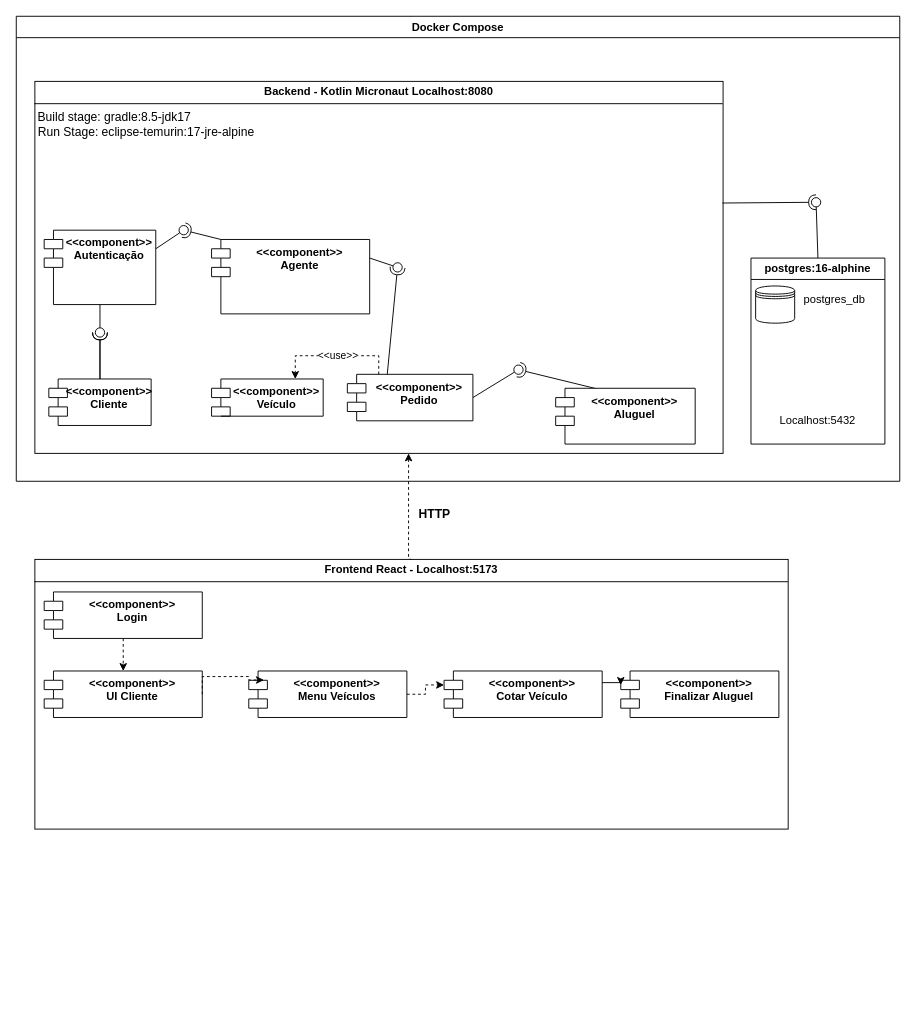
Before: docs/Diagrama_Implantacao.drawio in jjoaom/PS-PUCMG-DriveFlix, a draw.io diagram. Source tidied: cells renumbered, new cells numbered last; positions are measured from the earlier drawing's top-left corner, leaving out a move shared by most shapes. Both pictures are drawn from the tidied source at 93%, with x=0, y=0 at pixel (16, 16).
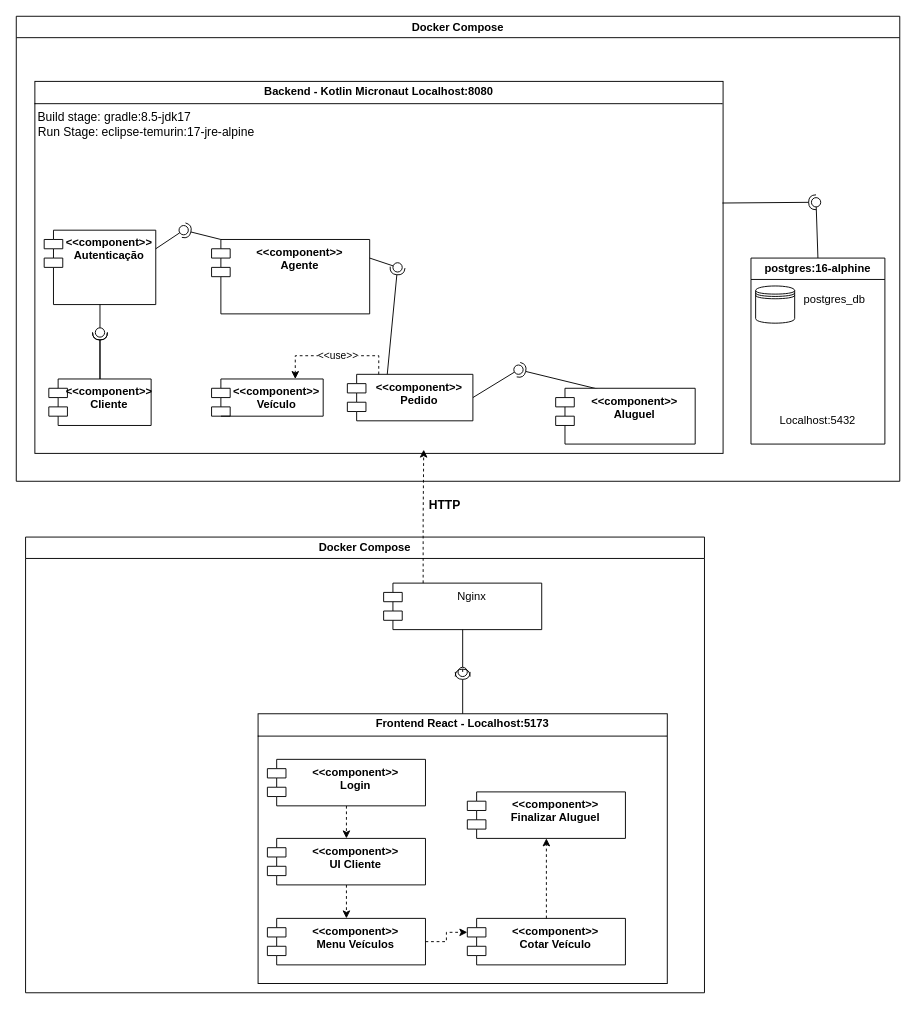
The same page after the edit.

Commit message (it also covers changes not shown here):
Fix: Diagrama de implantação

The change refers to these unchanged cells:
```xml
<mxCell id="4" value="&lt;p style=&quot;margin:0px;margin-top:4px;text-align:center;&quot;&gt;&lt;b&gt;Backend - Kotlin Micronaut Localhost:8080&lt;/b&gt;&lt;/p&gt;&lt;hr size=&quot;1&quot; style=&quot;border-style:solid;&quot;&gt;&lt;div style=&quot;height:2px;&quot;&gt;&amp;nbsp;&lt;font style=&quot;font-size: 13px;&quot;&gt;Build stage: gradle:8.5-jdk17&lt;br&gt;&amp;nbsp;Run Stage:&amp;nbsp;eclipse-temurin:17-jre-alpine&lt;/font&gt;&lt;/div&gt;" style="verticalAlign=top;align=left;overflow=fill;html=1;whiteSpace=wrap;" parent="1" vertex="1">
  <mxGeometry x="20" y="70" width="740" height="400" as="geometry" />
</mxCell>
```

Diff of the diagram source:
```diff
@@
-    <mxCell id="2" style="edgeStyle=orthogonalEdgeStyle;rounded=0;jettySize=auto;html=1;exitX=0.5;exitY=0;exitDx=0;exitDy=0;dashed=1;entryX=0.543;entryY=1;entryDx=0;entryDy=0;entryPerimeter=0;" parent="1" edge="1" source="3" target="4">
-      <mxGeometry relative="1" as="geometry">
-        <Array as="points">
-          <mxPoint x="422" y="584" />
-        </Array>
-      </mxGeometry>
-    </mxCell>
     <mxCell id="3" value="&lt;p style=&quot;margin:0px;margin-top:4px;text-align:center;&quot;&gt;&lt;b&gt;Frontend React - Localhost:5173&lt;/b&gt;&lt;/p&gt;&lt;hr size=&quot;1&quot; style=&quot;border-style:solid;&quot;&gt;&lt;div style=&quot;height:2px;&quot;&gt;&lt;/div&gt;" style="verticalAlign=top;align=left;overflow=fill;html=1;whiteSpace=wrap;" parent="1" vertex="1">
-      <mxGeometry x="20" y="584" width="810" height="290" as="geometry" />
+      <mxGeometry x="260" y="750" width="440" height="290" as="geometry" />
     </mxCell>
@@
     <mxCell id="6" value="&lt;div&gt;&lt;b&gt;&amp;lt;&amp;lt;component&amp;gt;&amp;gt;&lt;/b&gt;&lt;/div&gt;&lt;div&gt;&lt;b&gt;Login&lt;/b&gt;&lt;/div&gt;" style="shape=module;align=left;spacingLeft=20;align=center;verticalAlign=top;whiteSpace=wrap;html=1;" parent="1" vertex="1">
-      <mxGeometry x="30" y="619" width="170" height="50" as="geometry" />
+      <mxGeometry x="270" y="799" width="170" height="50" as="geometry" />
     </mxCell>
@@
+    <mxCell id="11" style="edgeStyle=orthogonalEdgeStyle;rounded=0;jettySize=auto;html=1;exitX=0.5;exitY=1;exitDx=0;exitDy=0;entryX=0.5;entryY=0;entryDx=0;entryDy=0;dashed=1;" parent="1" edge="1" source="9" target="10">
+      <mxGeometry relative="1" as="geometry" />
+    </mxCell>
     <mxCell id="9" value="&lt;div&gt;&lt;b&gt;&amp;lt;&amp;lt;component&amp;gt;&amp;gt;&lt;/b&gt;&lt;/div&gt;&lt;div&gt;&lt;b&gt;UI Cliente&lt;/b&gt;&lt;/div&gt;" style="shape=module;align=left;spacingLeft=20;align=center;verticalAlign=top;whiteSpace=wrap;html=1;" parent="1" vertex="1">
-      <mxGeometry x="30" y="704" width="170" height="50" as="geometry" />
+      <mxGeometry x="270" y="884" width="170" height="50" as="geometry" />
     </mxCell>
     <mxCell id="10" value="&lt;div&gt;&lt;b&gt;&amp;lt;&amp;lt;component&amp;gt;&amp;gt;&lt;/b&gt;&lt;/div&gt;&lt;div&gt;&lt;b&gt;Menu Veículos&lt;/b&gt;&lt;/div&gt;" style="shape=module;align=left;spacingLeft=20;align=center;verticalAlign=top;whiteSpace=wrap;html=1;" parent="1" vertex="1">
-      <mxGeometry x="250" y="704" width="170" height="50" as="geometry" />
+      <mxGeometry x="270" y="970" width="170" height="50" as="geometry" />
     </mxCell>
-    <mxCell id="11" style="edgeStyle=orthogonalEdgeStyle;rounded=0;jettySize=auto;html=1;exitX=1;exitY=0.5;exitDx=0;exitDy=0;entryX=0.096;entryY=0.194;entryDx=0;entryDy=0;entryPerimeter=0;dashed=1;" parent="1" edge="1" source="9" target="10">
-      <mxGeometry relative="1" as="geometry">
-        <Array as="points">
-          <mxPoint x="200" y="710" />
-          <mxPoint x="250" y="710" />
-          <mxPoint x="250" y="714" />
-        </Array>
-      </mxGeometry>
-    </mxCell>
-    <mxCell id="12" value="&lt;div&gt;&lt;b&gt;&amp;lt;&amp;lt;component&amp;gt;&amp;gt;&lt;/b&gt;&lt;/div&gt;&lt;div&gt;&lt;b&gt;Cotar Veículo&lt;/b&gt;&lt;/div&gt;" style="shape=module;align=left;spacingLeft=20;align=center;verticalAlign=top;whiteSpace=wrap;html=1;" parent="1" vertex="1">
-      <mxGeometry x="460" y="704" width="170" height="50" as="geometry" />
-    </mxCell>
@@
     <mxCell id="20" value="&lt;div&gt;&lt;b&gt;&amp;lt;&amp;lt;component&amp;gt;&amp;gt;&lt;/b&gt;&lt;/div&gt;&lt;div&gt;&lt;b&gt;Finalizar Aluguel&lt;/b&gt;&lt;/div&gt;" style="shape=module;align=left;spacingLeft=20;align=center;verticalAlign=top;whiteSpace=wrap;html=1;" parent="1" vertex="1">
-      <mxGeometry x="650" y="704" width="170" height="50" as="geometry" />
+      <mxGeometry x="485" y="834" width="170" height="50" as="geometry" />
     </mxCell>
@@
-    <mxCell id="36" style="edgeStyle=orthogonalEdgeStyle;rounded=0;jettySize=auto;html=1;exitX=1;exitY=0.25;exitDx=0;exitDy=0;entryX=0;entryY=0;entryDx=0;entryDy=15;entryPerimeter=0;" parent="1" edge="1" source="12" target="20">
-      <mxGeometry relative="1" as="geometry" />
-    </mxCell>
@@
     <mxCell id="48" value="&lt;span&gt;HTTP&lt;/span&gt;" style="text;html=1;whiteSpace=wrap;strokeColor=none;fillColor=none;align=center;verticalAlign=middle;rounded=0;fontStyle=1;fontSize=13;" parent="1" vertex="1">
-      <mxGeometry x="420" y="520" width="60" height="30" as="geometry" />
+      <mxGeometry x="431" y="510" width="60" height="30" as="geometry" />
     </mxCell>
+    <mxCell id="49" value="Docker Compose" style="swimlane;whiteSpace=wrap;html=1;" parent="1" vertex="1">
+      <mxGeometry x="10" y="560" width="730" height="490" as="geometry" />
+    </mxCell>
+    <mxCell id="12" value="&lt;div&gt;&lt;b&gt;&amp;lt;&amp;lt;component&amp;gt;&amp;gt;&lt;/b&gt;&lt;/div&gt;&lt;div&gt;&lt;b&gt;Cotar Veículo&lt;/b&gt;&lt;/div&gt;" style="shape=module;align=left;spacingLeft=20;align=center;verticalAlign=top;whiteSpace=wrap;html=1;" parent="49" vertex="1">
+      <mxGeometry x="475" y="410" width="170" height="50" as="geometry" />
+    </mxCell>
+    <mxCell id="50" value="Nginx" style="shape=module;align=left;spacingLeft=20;align=center;verticalAlign=top;whiteSpace=wrap;html=1;" parent="49" vertex="1">
+      <mxGeometry x="385" y="49.5" width="170" height="50" as="geometry" />
+    </mxCell>
+    <mxCell id="36" style="edgeStyle=orthogonalEdgeStyle;rounded=0;jettySize=auto;html=1;exitX=0.5;exitY=0;exitDx=0;exitDy=0;dashed=1;" parent="1" edge="1" source="12" target="20">
+      <mxGeometry relative="1" as="geometry" />
+    </mxCell>
+    <mxCell id="51" style="rounded=0;jettySize=auto;html=1;endArrow=halfCircle;endFill=0;endSize=6;strokeWidth=1;sketch=0;exitX=0.5;exitY=0;exitDx=0;exitDy=0;" parent="1" edge="1" source="54">
+      <mxGeometry relative="1" as="geometry">
+        <mxPoint x="480" y="710" as="targetPoint" />
+      </mxGeometry>
+    </mxCell>
+    <mxCell id="52" style="rounded=0;jettySize=auto;html=1;endArrow=oval;endFill=0;sketch=0;sourcePerimeterSpacing=0;targetPerimeterSpacing=0;endSize=10;exitX=0.5;exitY=1;exitDx=0;exitDy=0;" parent="1" edge="1" source="50" target="54">
+      <mxGeometry relative="1" as="geometry" />
+    </mxCell>
+    <mxCell id="53" style="rounded=0;jettySize=auto;html=1;endArrow=halfCircle;endFill=0;endSize=6;strokeWidth=1;sketch=0;exitX=0.5;exitY=0;exitDx=0;exitDy=0;" parent="1" edge="1" source="3" target="54">
+      <mxGeometry relative="1" as="geometry" />
+    </mxCell>
+    <mxCell id="54" style="ellipse;whiteSpace=wrap;html=1;align=center;fillColor=none;strokeColor=none;perimeter=centerPerimeter;points=[];outlineConnect=1;" parent="1" vertex="1">
+      <mxGeometry x="475" y="700" width="10" height="10" as="geometry" />
+    </mxCell>
+    <mxCell id="55" style="edgeStyle=orthogonalEdgeStyle;rounded=0;jettySize=auto;html=1;exitX=0.25;exitY=0;exitDx=0;exitDy=0;entryX=0.565;entryY=0.99;entryDx=0;entryDy=0;entryPerimeter=0;dashed=1;" parent="1" edge="1" source="50" target="4">
+      <mxGeometry relative="1" as="geometry" />
+    </mxCell>
```
